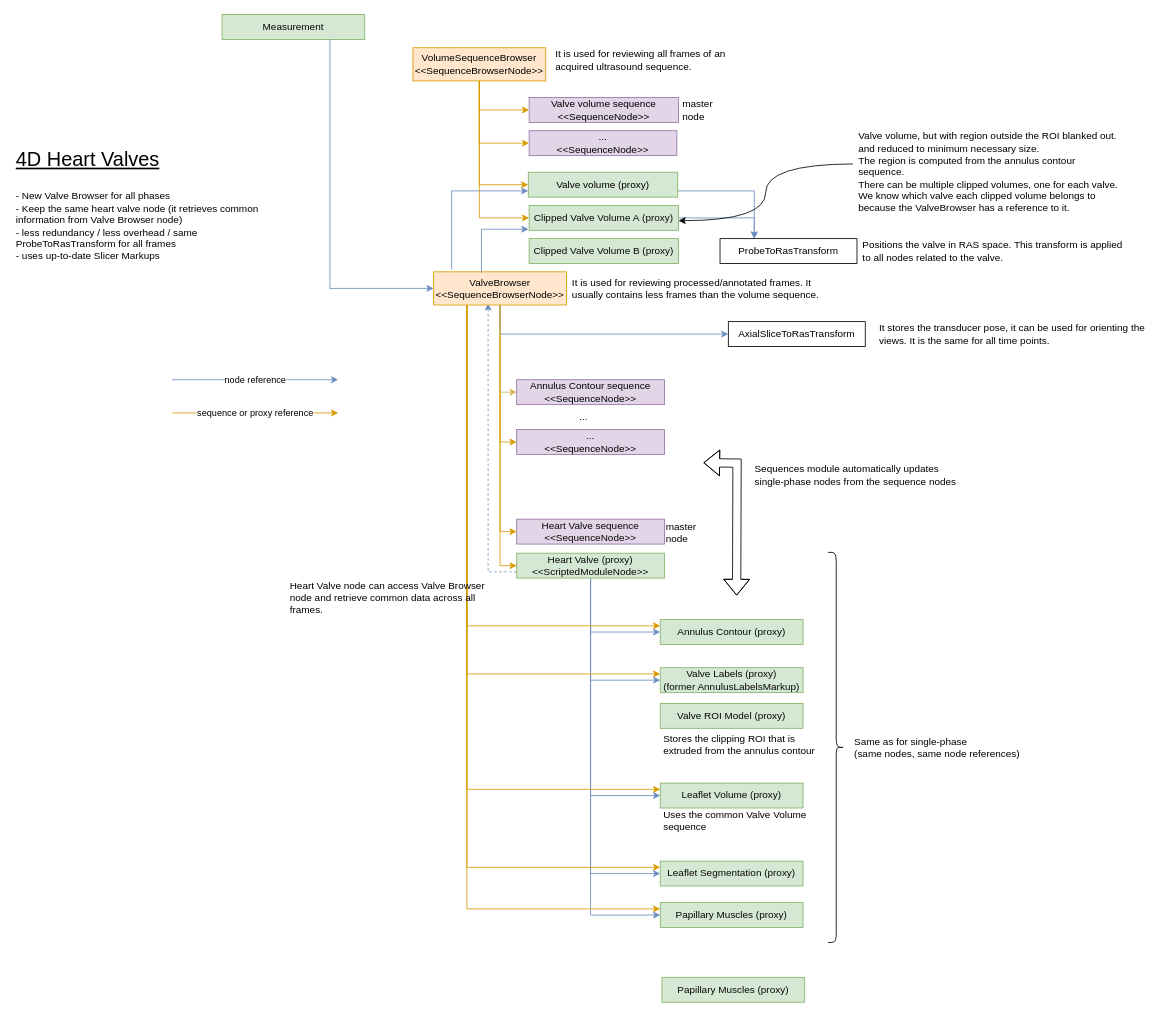
Earlier version of the draw.io diagram Docs/HeartValveSequenceDesign.drawio (SlicerHeart/SlicerHeart). Source tidied: cells renumbered, new cells numbered last; positions are measured from the earlier drawing's top-left corner, leaving out a move shared by most shapes. Both pictures are drawn from the tidied source at 83%, with x=0, y=0 at pixel (14, 14).
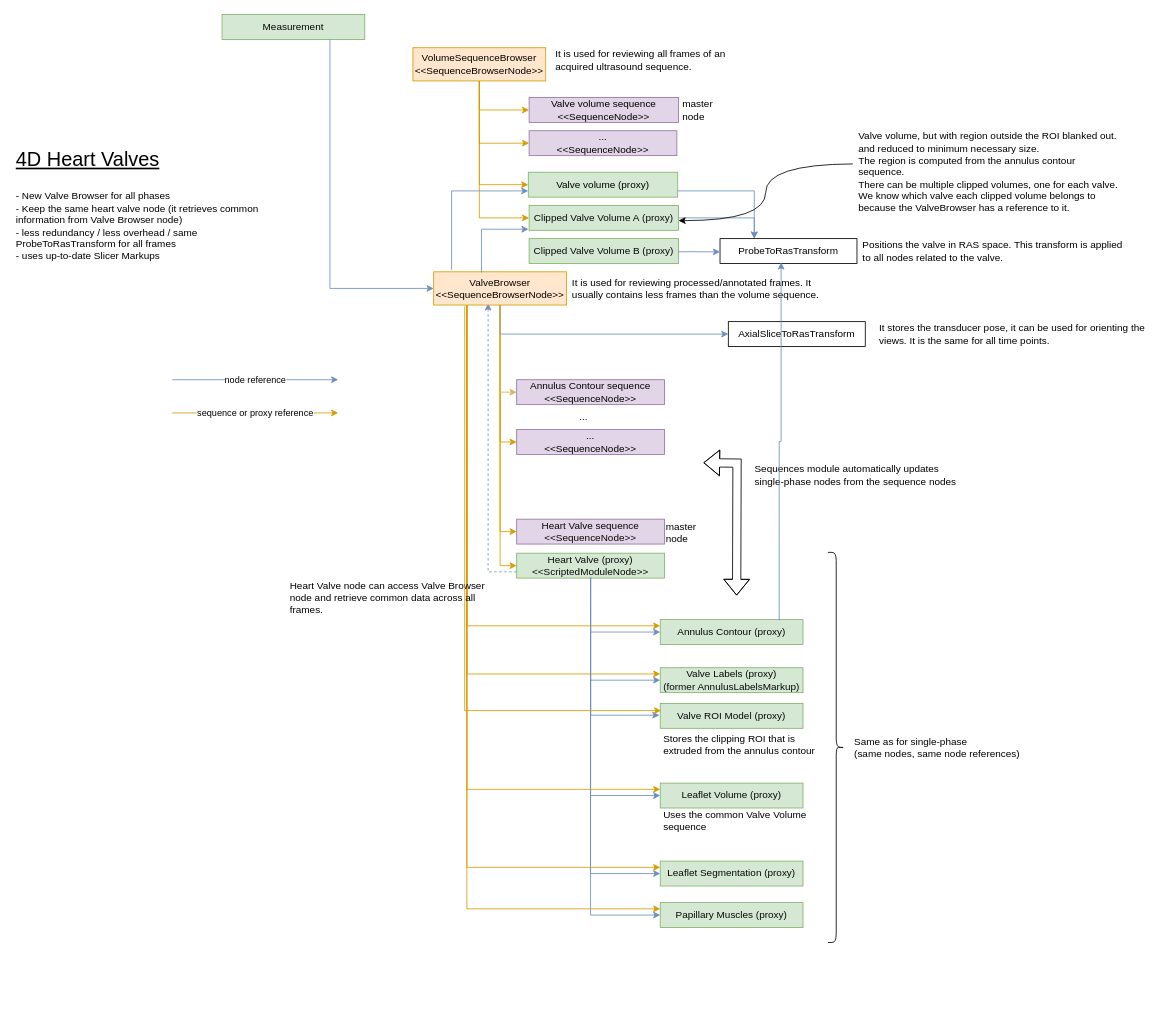
The same diagram, later.

Commit message (it also covers changes not shown here):
Valve segmentation ROI support (WIP)

Unchanged cells that the change refers to:
```xml
<mxCell id="4" value="Annulus Contour&amp;nbsp;(proxy)" style="whiteSpace=wrap;html=1;fillColor=#d5e8d4;strokeColor=#82b366;fontColor=#080808;" parent="1" vertex="1">
  <mxGeometry x="778" y="729" width="172" height="30" as="geometry" />
</mxCell>
<mxCell id="6" value="ProbeToRasTransform" style="whiteSpace=wrap;html=1;" parent="1" vertex="1">
  <mxGeometry x="850" y="270" width="165" height="30" as="geometry" />
</mxCell>
<mxCell id="13" value="Heart Valve&amp;nbsp;(proxy)&lt;br&gt;&amp;lt;&amp;lt;ScriptedModuleNode&amp;gt;&amp;gt;" style="whiteSpace=wrap;html=1;fillColor=#d5e8d4;strokeColor=#82b366;fontColor=#080808;" parent="1" vertex="1">
  <mxGeometry x="605" y="649" width="178" height="30" as="geometry" />
</mxCell>
<mxCell id="26" value="ValveBrowser&lt;br&gt;&amp;lt;&amp;lt;SequenceBrowserNode&amp;gt;&amp;gt;" style="whiteSpace=wrap;html=1;fillColor=#ffe6cc;strokeColor=#d79b00;fontColor=#030303;" parent="1" vertex="1">
  <mxGeometry x="505" y="310" width="160" height="40" as="geometry" />
</mxCell>
<mxCell id="60" value="Clipped Valve Volume B&amp;nbsp;(proxy)" style="whiteSpace=wrap;html=1;fontSize=12;fillColor=#d5e8d4;strokeColor=#82b366;fontColor=#080808;" parent="1" vertex="1">
  <mxGeometry x="620" y="270" width="180" height="30" as="geometry" />
</mxCell>
<mxCell id="61" value="Valve ROI Model (proxy)" style="whiteSpace=wrap;html=1;fillColor=#d5e8d4;strokeColor=#82b366;fontColor=#080808;" parent="1" vertex="1">
  <mxGeometry x="778" y="830" width="172" height="30" as="geometry" />
</mxCell>
```

Diff of the diagram source:
```diff
@@
-    <mxCell id="67" value="Papillary Muscles&amp;nbsp;(proxy)" style="rounded=0;whiteSpace=wrap;html=1;fillColor=#d5e8d4;strokeColor=#82b366;fontColor=#080808;" parent="1" vertex="1">
-      <mxGeometry x="780" y="1160" width="172" height="30" as="geometry" />
-    </mxCell>
+    <mxCell id="68" style="edgeStyle=orthogonalEdgeStyle;rounded=0;jettySize=auto;html=1;exitX=0.998;exitY=0.528;exitDx=0;exitDy=0;fillColor=#dae8fc;strokeColor=#6c8ebf;exitPerimeter=0;" parent="1" edge="1" source="60">
+      <mxGeometry relative="1" as="geometry">
+        <mxPoint x="850" y="286" as="targetPoint" />
+      </mxGeometry>
+    </mxCell>
+    <mxCell id="69" style="edgeStyle=orthogonalEdgeStyle;rounded=0;jettySize=auto;html=1;exitX=0.833;exitY=0.033;exitDx=0;exitDy=0;fillColor=#dae8fc;strokeColor=#6c8ebf;exitPerimeter=0;entryX=0.446;entryY=0.954;entryDx=0;entryDy=0;entryPerimeter=0;" parent="1" edge="1" source="4" target="6">
+      <mxGeometry relative="1" as="geometry" />
+    </mxCell>
+    <mxCell id="70" style="edgeStyle=orthogonalEdgeStyle;rounded=0;jettySize=auto;html=1;entryX=-0.006;entryY=0.472;entryDx=0;entryDy=0;exitX=0.501;exitY=0.95;exitDx=0;exitDy=0;fillColor=#dae8fc;strokeColor=#6c8ebf;entryPerimeter=0;exitPerimeter=0;" parent="1" edge="1" source="13" target="61">
+      <mxGeometry relative="1" as="geometry" />
+    </mxCell>
+    <mxCell id="71" style="edgeStyle=orthogonalEdgeStyle;rounded=0;jettySize=auto;html=1;exitX=0.234;exitY=1.035;exitDx=0;exitDy=0;entryX=0.006;entryY=0.287;entryDx=0;entryDy=0;fillColor=#ffe6cc;strokeColor=#d79b00;entryPerimeter=0;exitPerimeter=0;" parent="1" edge="1" source="26" target="61">
+      <mxGeometry relative="1" as="geometry">
+        <Array as="points">
+          <mxPoint x="542" y="839" />
+        </Array>
+      </mxGeometry>
+    </mxCell>
```
